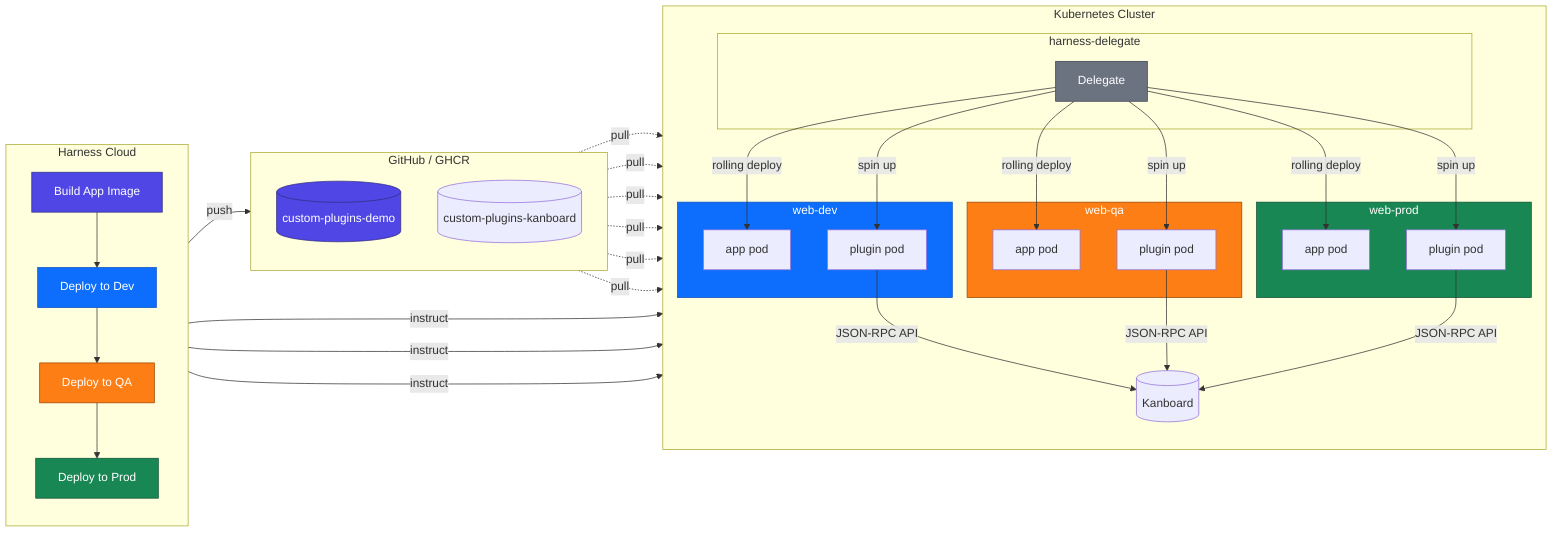
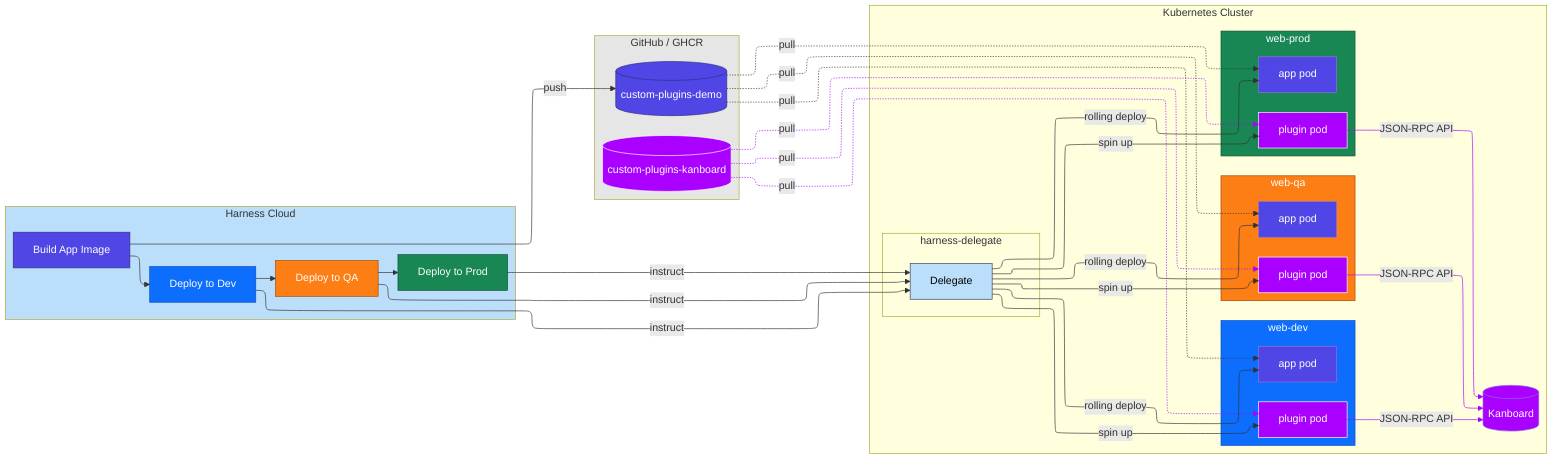
+ ---
+ config:
+   layout: elk
+ ---
flowchart LR
-     subgraph Harness["Harness Cloud"]
-         direction TB
+  subgraph Harness["Harness Cloud"]
+     direction TB
        Build["Build App Image"]
        DeployDev["Deploy to Dev"]
        DeployQA["Deploy to QA"]
        DeployProd["Deploy to Prod"]
-         Build --> DeployDev --> DeployQA --> DeployProd
-     end
- 
-     subgraph GH["GitHub / GHCR"]
-         direction TB
+   end
+  subgraph GH["GitHub / GHCR"]
+     direction TB
        AppImg[("custom-plugins-demo")]
        PluginImg[("custom-plugins-kanboard")]
-     end
- 
-     subgraph K8s["Kubernetes Cluster"]
-         direction TB
-         subgraph nsdel["harness-delegate"]
-             Delegate["Delegate"]
-         end
-         subgraph nsdev["web-dev"]
-             PodDev["app pod"]
-             CtrDev["plugin pod"]
-         end
-         subgraph nsqa["web-qa"]
-             PodQA["app pod"]
-             CtrQA["plugin pod"]
-         end
-         subgraph nsprod["web-prod"]
-             PodProd["app pod"]
-             CtrProd["plugin pod"]
-         end
+   end
+  subgraph nsdel["harness-delegate"]
+         Delegate["Delegate"]
+   end
+  subgraph nsdev["web-dev"]
+         PodDev["app pod"]
+         CtrDev["plugin pod"]
+   end
+  subgraph nsqa["web-qa"]
+         PodQA["app pod"]
+         CtrQA["plugin pod"]
+   end
+  subgraph nsprod["web-prod"]
+         PodProd["app pod"]
+         CtrProd["plugin pod"]
+   end
+  subgraph K8s["Kubernetes Cluster"]
+     direction TB
+         nsdel
+         nsdev
+         nsqa
+         nsprod
        KB[("Kanboard")]
-     end
- 
-     Build -->|push| AppImg
- 
-     AppImg -.->|pull| PodDev
-     AppImg -.->|pull| PodQA
-     AppImg -.->|pull| PodProd
-     PluginImg -.->|pull| CtrDev
-     PluginImg -.->|pull| CtrQA
-     PluginImg -.->|pull| CtrProd
- 
-     DeployDev -->|instruct| Delegate
-     DeployQA -->|instruct| Delegate
-     DeployProd -->|instruct| Delegate
- 
-     Delegate -->|rolling deploy| PodDev
-     Delegate -->|rolling deploy| PodQA
-     Delegate -->|rolling deploy| PodProd
-     Delegate -->|"spin up"| CtrDev
-     Delegate -->|"spin up"| CtrQA
-     Delegate -->|"spin up"| CtrProd
- 
-     CtrDev -->|JSON-RPC API| KB
-     CtrQA -->|JSON-RPC API| KB
-     CtrProd -->|JSON-RPC API| KB
+   end
+     Build --> DeployDev
+     DeployDev --> DeployQA
+     DeployQA --> DeployProd
+     Build -- push --> AppImg
+     AppImg -. pull .-> PodDev & PodQA & PodProd
+     PluginImg -. pull .-> CtrDev & CtrQA & CtrProd
+     DeployDev -- instruct --> Delegate
+     DeployQA -- instruct --> Delegate
+     DeployProd -- instruct --> Delegate
+     Delegate -- rolling deploy --> PodDev & PodQA & PodProd
+     Delegate -- spin up --> CtrDev & CtrQA & CtrProd
+     CtrDev -- "JSON-RPC API" --> KB
+     CtrQA -- "JSON-RPC API" --> KB
+     CtrProd -- "JSON-RPC API" --> KB

    style Build fill:#4f46e5,stroke:#312e81,color:#fff
+     style DeployDev fill:#0d6efd,stroke:#0a4fbf,color:#fff
+     style DeployQA fill:#fd7e14,stroke:#a04600,color:#fff
+     style DeployProd fill:#198754,stroke:#0f5132,color:#fff
    style AppImg fill:#4f46e5,stroke:#312e81,color:#fff
-     style DeployDev fill:#0d6efd,stroke:#0a4fbf,color:#fff
+     style PluginImg fill:#AA00FF,color:#ffffff,stroke:#ffffff
+     style Delegate fill:#BBDEFB,stroke:#374151,color:#000000
+     style PodDev fill:#4f46e5,color:#ffffff
+     style CtrDev fill:#AA00FF,color:#ffffff,stroke:#ffffff
+     style PodQA fill:#4f46e5,color:#ffffff
+     style CtrQA fill:#AA00FF,color:#ffffff,stroke:#ffffff
+     style PodProd fill:#4f46e5,color:#ffffff
+     style CtrProd fill:#AA00FF,color:#ffffff,stroke:#ffffff
    style nsdev fill:#0d6efd,stroke:#0a4fbf,color:#fff
-     style DeployQA fill:#fd7e14,stroke:#a04600,color:#fff
    style nsqa fill:#fd7e14,stroke:#a04600,color:#fff
-     style DeployProd fill:#198754,stroke:#0f5132,color:#fff
    style nsprod fill:#198754,stroke:#0f5132,color:#fff
-     style Delegate fill:#6b7280,stroke:#374151,color:#fff
+     style KB color:#ffffff,fill:#AA00FF
+     style GH fill:#e6e6e6
+     style Harness fill:#BBDEFB
+     linkStyle 7 stroke:#AA00FF,fill:none
+     linkStyle 8 stroke:#AA00FF,fill:none
+     linkStyle 9 stroke:#AA00FF,fill:none
+     linkStyle 19 stroke:#AA00FF,fill:none
+     linkStyle 20 stroke:#AA00FF,fill:none
+     linkStyle 21 stroke:#AA00FF
